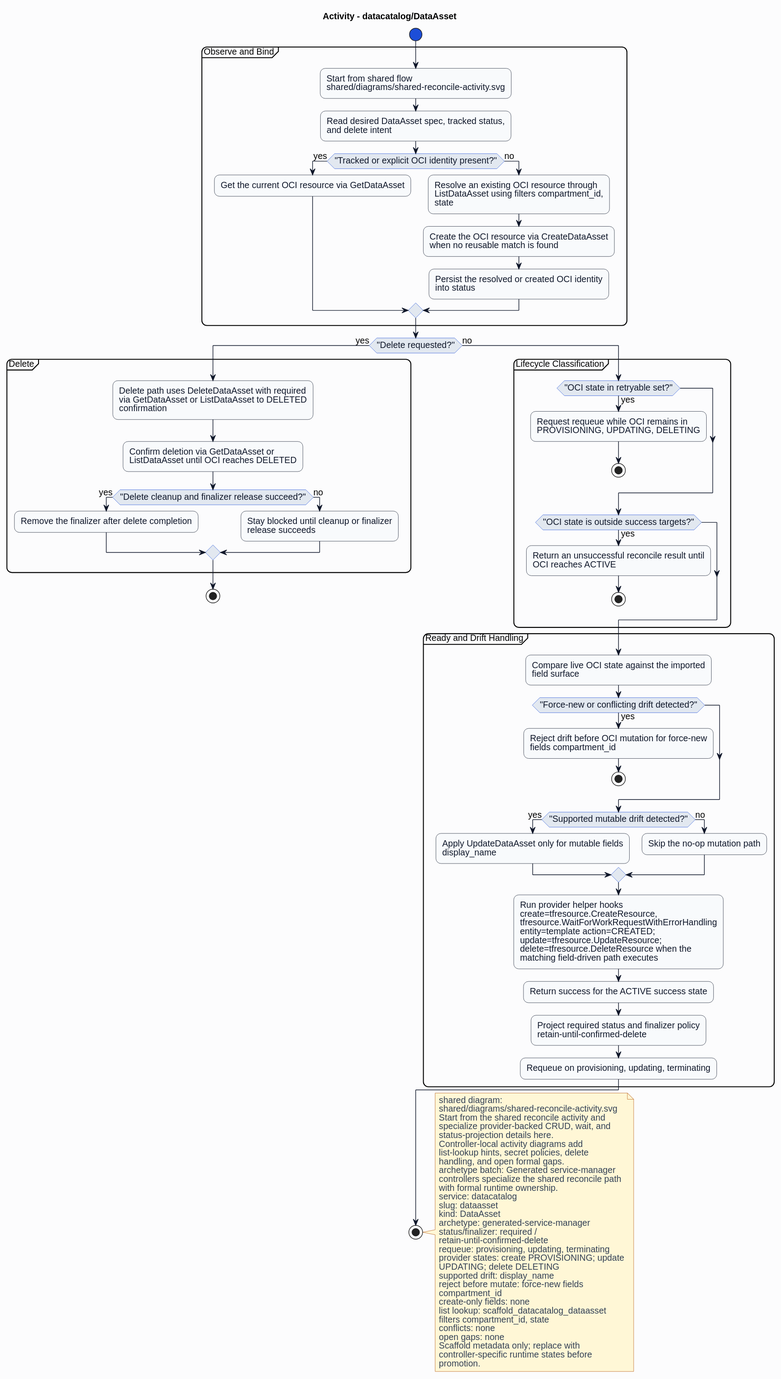
HaoyL666/oci-service-operator keeps this PlantUML diagram as formal/controllers/datacatalog/dataasset/diagrams/activity.svg. Above is the earlier version. Source of this version:
```plantuml
@startuml
skinparam shadowing false
skinparam backgroundColor #fcfcfd
skinparam defaultFontName Helvetica
skinparam defaultFontSize 14
skinparam arrowColor #0f172a
skinparam noteBackgroundColor #fff7d6
skinparam noteBorderColor #b45309
skinparam noteFontColor #334155
skinparam roundcorner 16
title Activity - datacatalog/DataAsset
skinparam activity {
  backgroundColor #f8fafc
  borderColor #0f172a
  fontColor #0f172a
  diamondBackgroundColor #e2e8f0
  diamondBorderColor #1d4ed8
  diamondFontColor #0f172a
  startColor #1d4ed8
  endColor #0f172a
  barColor #1d4ed8
}
start
partition "Observe and Bind" {
:Start from shared flow\nshared/diagrams/shared-reconcile-activity.svg;
:Read desired DataAsset spec, tracked status,\nand delete intent;
if ("Tracked or explicit OCI identity present?") then (yes)
:Get the current OCI resource via GetDataAsset;
else (no)
:Resolve an existing OCI resource through\nListDataAsset using filters compartment_id,\nstate;
:Create the OCI resource via CreateDataAsset\nwhen no reusable match is found;
:Persist the resolved or created OCI identity\ninto status;
endif
}
if ("Delete requested?") then (yes)
partition "Delete" {
:Delete path uses DeleteDataAsset with required\nvia GetDataAsset or ListDataAsset to DELETED\nconfirmation;
:Confirm deletion via GetDataAsset or\nListDataAsset until OCI reaches DELETED;
if ("Delete cleanup and finalizer release succeed?") then (yes)
:Remove the finalizer after delete completion;
else (no)
:Stay blocked until cleanup or finalizer\nrelease succeeds;
endif
}
stop
else (no)
partition "Lifecycle Classification" {
if ("OCI state in retryable set?") then (yes)
:Request requeue while OCI remains in\nPROVISIONING, UPDATING, DELETING;
stop
endif
if ("OCI state is outside success targets?") then (yes)
:Return an unsuccessful reconcile result until\nOCI reaches ACTIVE;
stop
endif
}
partition "Ready and Drift Handling" {
:Compare live OCI state against the imported\nfield surface;
if ("Force-new or conflicting drift detected?") then (yes)
:Reject drift before OCI mutation for force-new\nfields compartment_id;
stop
endif
if ("Supported mutable drift detected?") then (yes)
:Apply UpdateDataAsset only for mutable fields\ndisplay_name;
else (no)
:Skip the no-op mutation path;
endif
:Run provider helper hooks\ncreate=tfresource.CreateResource,\ntfresource.WaitForWorkRequestWithErrorHandling\nentity=template action=CREATED;\nupdate=tfresource.UpdateResource;\ndelete=tfresource.DeleteResource when the\nmatching field-driven path executes;
:Return success for the ACTIVE success state;
:Project required status and finalizer policy\nretain-until-confirmed-delete;
:Requeue on provisioning, updating, terminating;
}
endif
stop
note right
shared diagram:
shared/diagrams/shared-reconcile-activity.svg
Start from the shared reconcile activity and
specialize provider-backed CRUD, wait, and
status-projection details here.
Controller-local activity diagrams add
list-lookup hints, secret policies, delete
handling, and open formal gaps.
archetype batch: Generated service-manager
controllers specialize the shared reconcile path
with formal runtime ownership.
service: datacatalog
slug: dataasset
kind: DataAsset
archetype: generated-service-manager
status/finalizer: required /
retain-until-confirmed-delete
requeue: provisioning, updating, terminating
provider states: create PROVISIONING; update
UPDATING; delete DELETING
supported drift: display_name
reject before mutate: force-new fields
compartment_id
create-only fields: none
list lookup: scaffold_datacatalog_dataasset
filters compartment_id, state
conflicts: none
open gaps: none
Scaffold metadata only; replace with
controller-specific runtime states before
promotion.
end note
@enduml
```
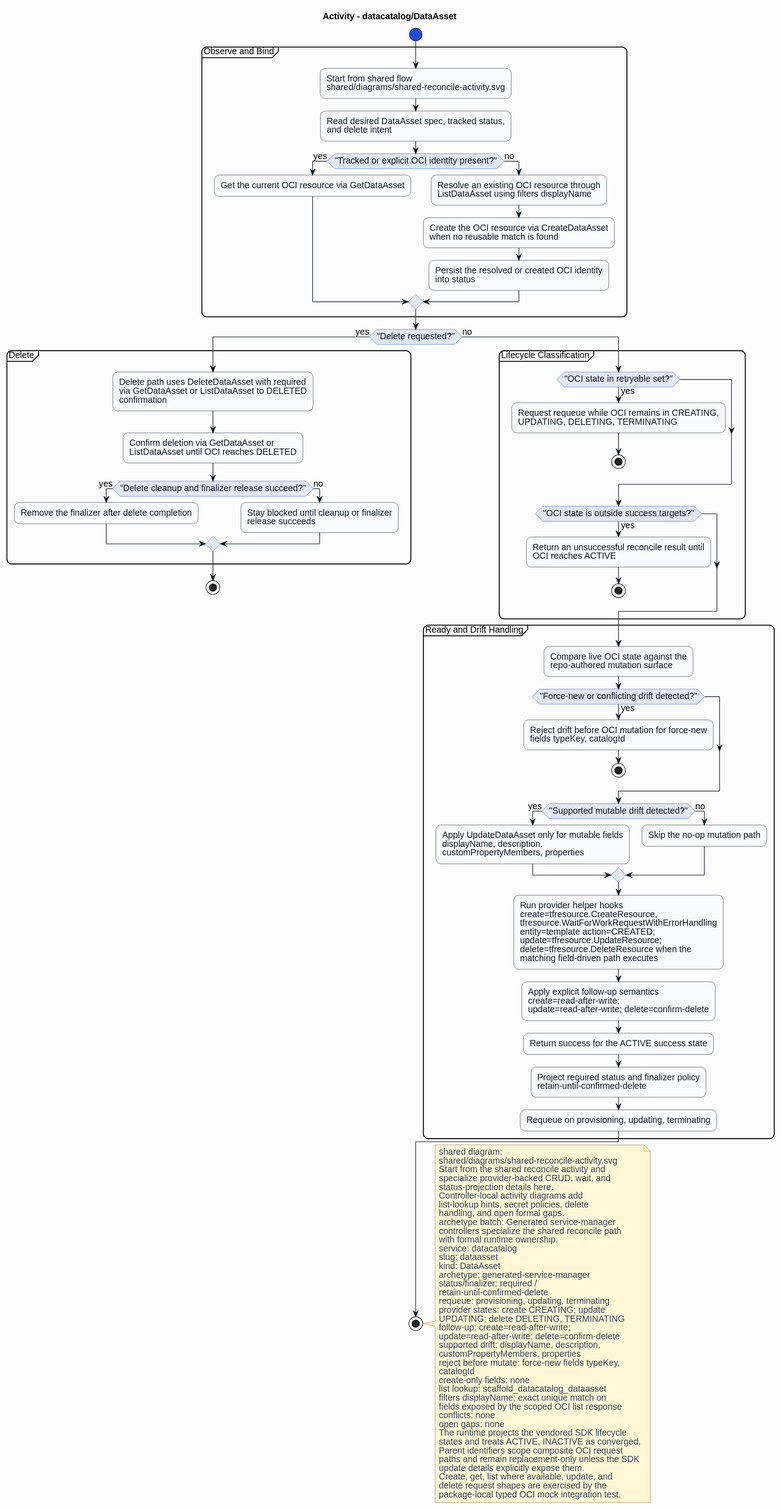
Above is the later version.

What changed in the source:
```diff
@@ -27,7 +27,7 @@
 if ("Tracked or explicit OCI identity present?") then (yes)
 :Get the current OCI resource via GetDataAsset;
 else (no)
-:Resolve an existing OCI resource through\nListDataAsset using filters compartment_id,\nstate;
+:Resolve an existing OCI resource through\nListDataAsset using filters displayName;
 :Create the OCI resource via CreateDataAsset\nwhen no reusable match is found;
 :Persist the resolved or created OCI identity\ninto status;
 endif
@@ -46,7 +46,7 @@
 else (no)
 partition "Lifecycle Classification" {
 if ("OCI state in retryable set?") then (yes)
-:Request requeue while OCI remains in\nPROVISIONING, UPDATING, DELETING;
+:Request requeue while OCI remains in CREATING,\nUPDATING, DELETING, TERMINATING;
 stop
 endif
 if ("OCI state is outside success targets?") then (yes)
@@ -55,17 +55,18 @@
 endif
 }
 partition "Ready and Drift Handling" {
-:Compare live OCI state against the imported\nfield surface;
+:Compare live OCI state against the\nrepo-authored mutation surface;
 if ("Force-new or conflicting drift detected?") then (yes)
-:Reject drift before OCI mutation for force-new\nfields compartment_id;
+:Reject drift before OCI mutation for force-new\nfields typeKey, catalogId;
 stop
 endif
 if ("Supported mutable drift detected?") then (yes)
-:Apply UpdateDataAsset only for mutable fields\ndisplay_name;
+:Apply UpdateDataAsset only for mutable fields\ndisplayName, description,\ncustomPropertyMembers, properties;
 else (no)
 :Skip the no-op mutation path;
 endif
 :Run provider helper hooks\ncreate=tfresource.CreateResource,\ntfresource.WaitForWorkRequestWithErrorHandling\nentity=template action=CREATED;\nupdate=tfresource.UpdateResource;\ndelete=tfresource.DeleteResource when the\nmatching field-driven path executes;
+:Apply explicit follow-up semantics\ncreate=read-after-write;\nupdate=read-after-write; delete=confirm-delete;
 :Return success for the ACTIVE success state;
 :Project required status and finalizer policy\nretain-until-confirmed-delete;
 :Requeue on provisioning, updating, terminating;
@@ -91,18 +92,27 @@
 status/finalizer: required /
 retain-until-confirmed-delete
 requeue: provisioning, updating, terminating
-provider states: create PROVISIONING; update
-UPDATING; delete DELETING
-supported drift: display_name
-reject before mutate: force-new fields
-compartment_id
+provider states: create CREATING; update
+UPDATING; delete DELETING, TERMINATING
+follow-up: create=read-after-write;
+update=read-after-write; delete=confirm-delete
+supported drift: displayName, description,
+customPropertyMembers, properties
+reject before mutate: force-new fields typeKey,
+catalogId
 create-only fields: none
 list lookup: scaffold_datacatalog_dataasset
-filters compartment_id, state
+filters displayName; exact unique match on
+fields exposed by the scoped OCI list response
 conflicts: none
 open gaps: none
-Scaffold metadata only; replace with
-controller-specific runtime states before
-promotion.
+The runtime projects the vendored SDK lifecycle
+states and treats ACTIVE, INACTIVE as converged.
+Parent identifiers scope composite OCI request
+paths and remain replacement-only unless the SDK
+update details explicitly expose them.
+Create, get, list where available, update, and
+delete request shapes are exercised by the
+package-local typed OCI mock integration test.
 end note
 @enduml
```
